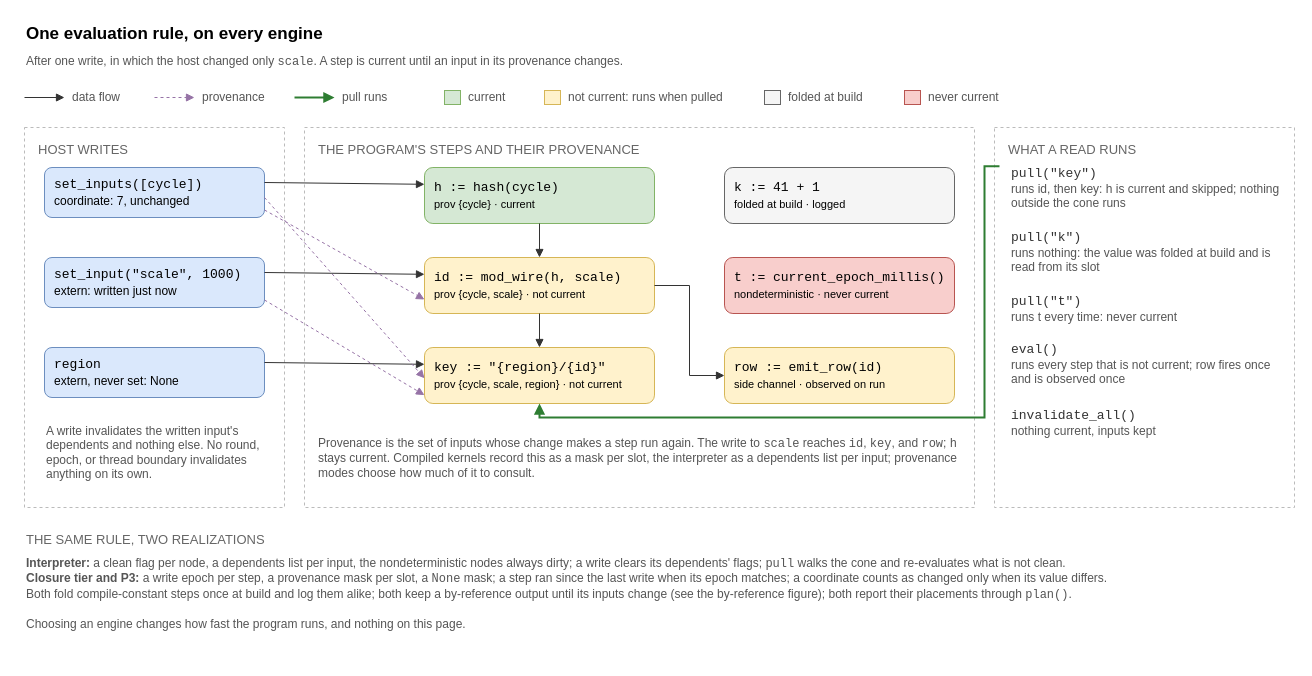
Above: crates/polydat/docs/diagrams/evaluation_rule.drawio in nosqlbench/polydat (draw.io), before the change. Source tidied: cells renumbered, new cells numbered last; positions are measured from the earlier drawing's top-left corner, leaving out a move shared by most shapes. Both pictures are drawn from the tidied source at 100%, with x=0, y=0 at pixel (24, 17).
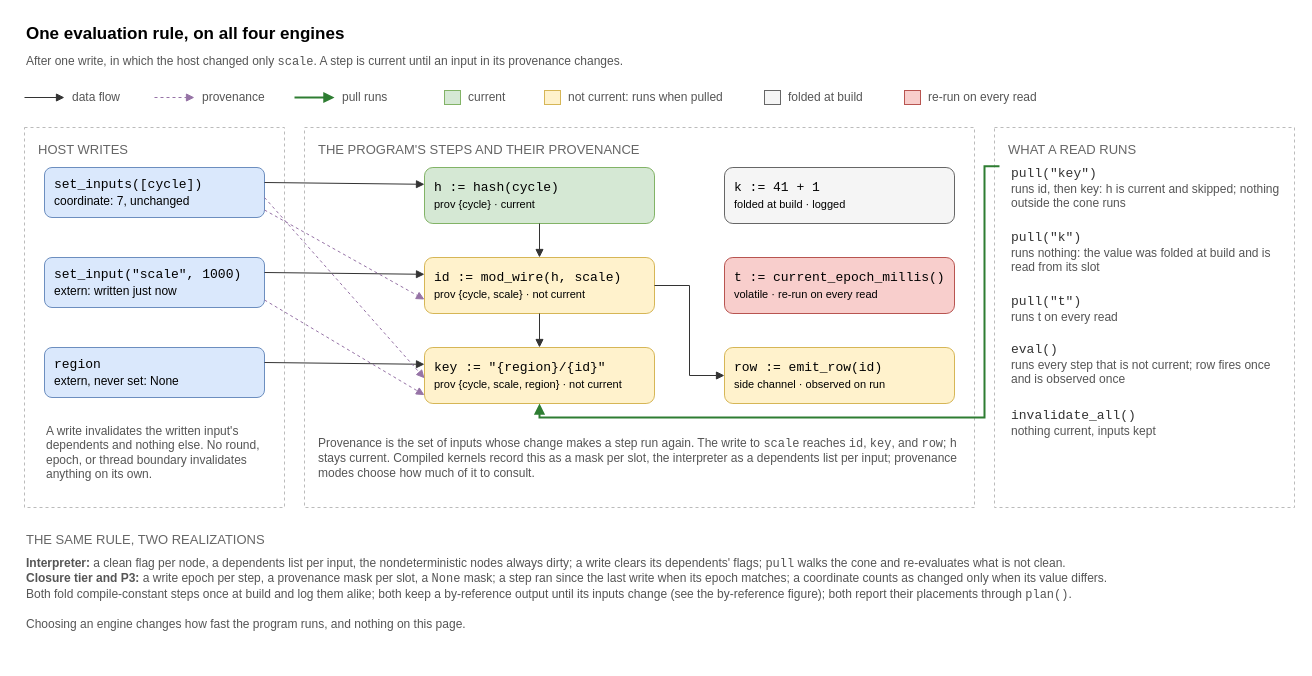
After the change.

The edit, as a diff of the source:
```diff
@@
-    <mxCell id="2" value="One evaluation rule, on every engine" style="text;html=1;align=left;verticalAlign=top;whiteSpace=wrap;fontSize=17;fontStyle=1;" parent="1" vertex="1">
+    <mxCell id="2" value="One evaluation rule, on all four engines" style="text;html=1;align=left;verticalAlign=top;whiteSpace=wrap;fontSize=17;fontStyle=1;" parent="1" vertex="1">
       <mxGeometry width="900" height="26" as="geometry" />
     </mxCell>
@@
-    <mxCell id="17" value="never current" style="text;html=1;align=left;verticalAlign=middle;fontSize=12;fontColor=#555555;" parent="1" vertex="1">
+    <mxCell id="17" value="re-run on every read" style="text;html=1;align=left;verticalAlign=middle;fontSize=12;fontColor=#555555;" parent="1" vertex="1">
       <mxGeometry x="902" y="70" width="110" height="20" as="geometry" />
     </mxCell>
@@
-    <mxCell id="30" value="&lt;font face=&quot;Courier New&quot;&gt;t := current_epoch_millis()&lt;/font&gt;&lt;br&gt;&lt;font style=&quot;font-size:11px&quot;&gt;nondeterministic · never current&lt;/font&gt;" style="rounded=1;whiteSpace=wrap;html=1;align=left;spacingLeft=8;fontSize=13;fillColor=#f8cecc;strokeColor=#b85450;" parent="1" vertex="1">
+    <mxCell id="30" value="&lt;font face=&quot;Courier New&quot;&gt;t := current_epoch_millis()&lt;/font&gt;&lt;br&gt;&lt;font style=&quot;font-size:11px&quot;&gt;volatile · re-run on every read&lt;/font&gt;" style="rounded=1;whiteSpace=wrap;html=1;align=left;spacingLeft=8;fontSize=13;fillColor=#f8cecc;strokeColor=#b85450;" parent="1" vertex="1">
       <mxGeometry x="700" y="240" width="230" height="56" as="geometry" />
     </mxCell>
@@
-    <mxCell id="37" value="&lt;font face=&quot;Courier New&quot; style=&quot;font-size:13px&quot; color=&quot;#333333&quot;&gt;pull(&quot;t&quot;)&lt;/font&gt;&lt;br&gt;runs t every time: never current" style="text;html=1;align=left;verticalAlign=top;whiteSpace=wrap;fontSize=12;fontColor=#555555;" parent="1" vertex="1">
+    <mxCell id="37" value="&lt;font face=&quot;Courier New&quot; style=&quot;font-size:13px&quot; color=&quot;#333333&quot;&gt;pull(&quot;t&quot;)&lt;/font&gt;&lt;br&gt;runs t on every read" style="text;html=1;align=left;verticalAlign=top;whiteSpace=wrap;fontSize=12;fontColor=#555555;" parent="1" vertex="1">
       <mxGeometry x="985" y="270" width="275" height="40" as="geometry" />
     </mxCell>
```
